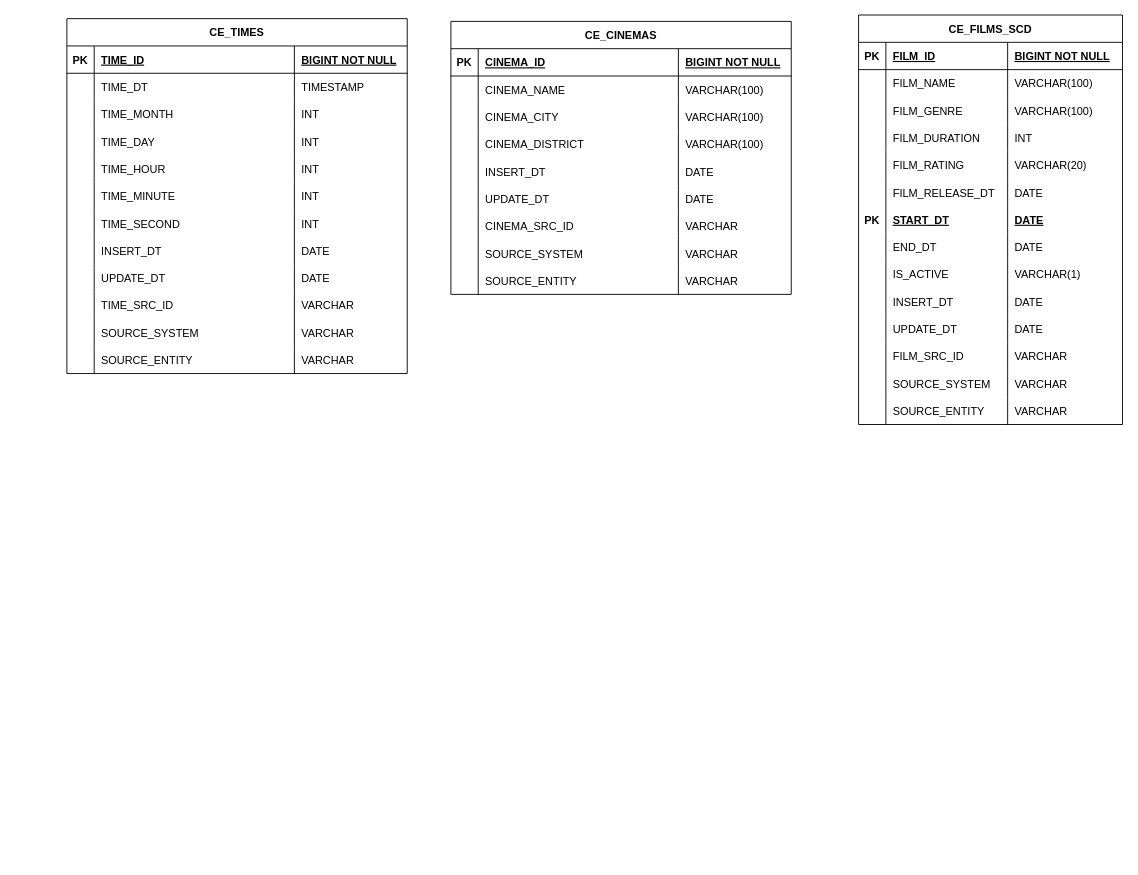
GiorgiEz/DB-modeling keeps this draw.io diagram as ticket_sales_3NF.drawio. Above is the earlier version. Source tidied: cells renumbered, new cells numbered last; positions are measured from the earlier drawing's top-left corner, leaving out a move shared by most shapes. Both pictures are drawn from the tidied source at 91%, with x=0, y=0 at pixel (66, 15).
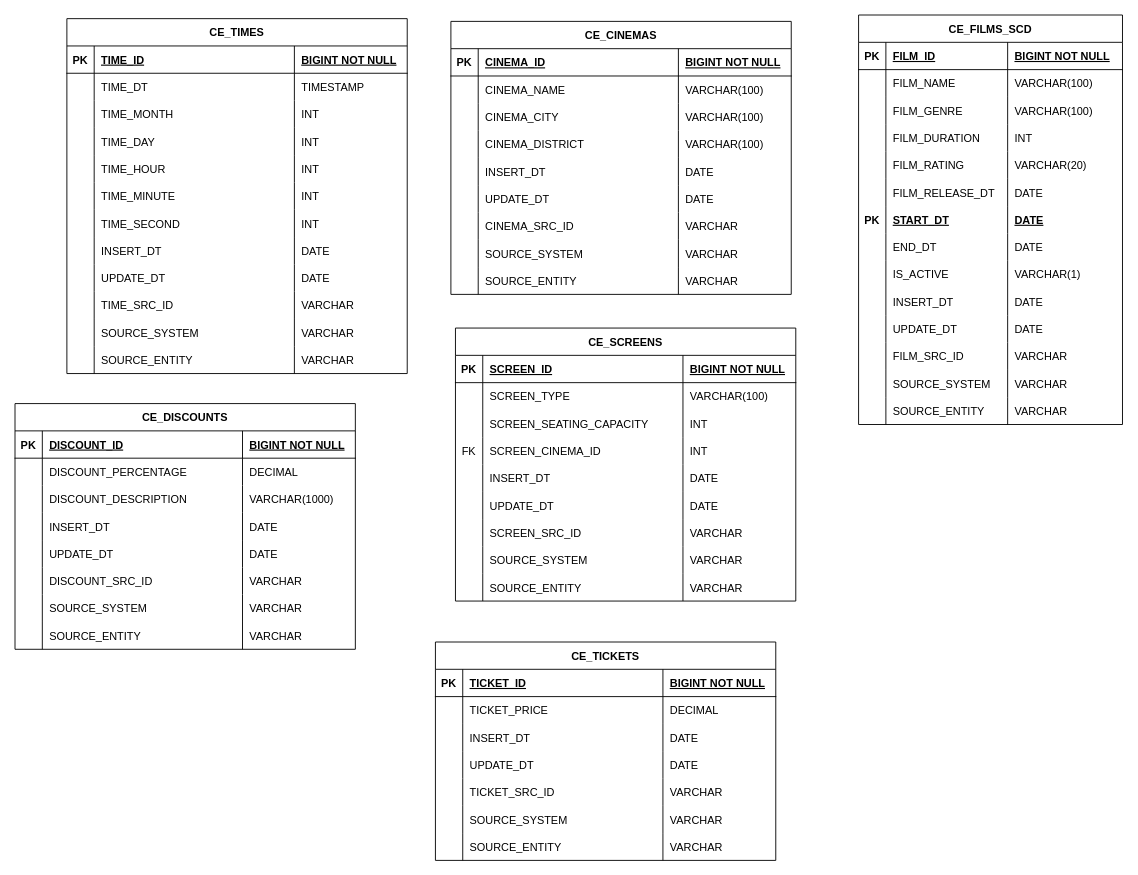
The same page after the edit.

Change to the diagram source:
```diff
@@
+    <mxCell id="145" value="CE_SCREENS" style="shape=table;startSize=30;childLayout=tableLayout;rowLines=0;fontStyle=1;align=center;" parent="1" vertex="1">
+      <mxGeometry x="427" y="344" width="374" height="300" as="geometry" />
+    </mxCell>
+    <mxCell id="146" style="shape=partialRectangle;fillColor=none;top=0;left=0;right=0;bottom=1;" parent="145" vertex="1">
+      <mxGeometry y="30" width="374" height="30" as="geometry" />
+    </mxCell>
+    <mxCell id="147" value="PK" style="shape=partialRectangle;overflow=hidden;fillColor=none;top=0;left=0;bottom=0;right=0;fontStyle=1;" parent="146" vertex="1">
+      <mxGeometry width="30" height="30" as="geometry" />
+    </mxCell>
+    <mxCell id="148" value="SCREEN_ID" style="shape=partialRectangle;overflow=hidden;fillColor=none;top=0;left=0;bottom=0;right=0;align=left;spacingLeft=6;fontStyle=5;" parent="146" vertex="1">
+      <mxGeometry x="30" width="220" height="30" as="geometry" />
+    </mxCell>
+    <mxCell id="149" value="BIGINT NOT NULL" style="shape=partialRectangle;overflow=hidden;fillColor=none;top=0;left=0;bottom=0;right=0;align=left;spacingLeft=6;fontStyle=5;" parent="146" vertex="1">
+      <mxGeometry x="250" width="124" height="30" as="geometry" />
+    </mxCell>
+    <mxCell id="150" style="shape=partialRectangle;fillColor=none;top=0;left=0;right=0;bottom=0;" parent="145" vertex="1">
+      <mxGeometry y="60" width="374" height="30" as="geometry" />
+    </mxCell>
+    <mxCell id="151" style="shape=partialRectangle;overflow=hidden;fillColor=none;top=0;left=0;bottom=0;right=0;" parent="150" vertex="1">
+      <mxGeometry width="30" height="30" as="geometry" />
+    </mxCell>
+    <mxCell id="152" value="SCREEN_TYPE" style="shape=partialRectangle;overflow=hidden;fillColor=none;top=0;left=0;bottom=0;right=0;align=left;spacingLeft=6;" parent="150" vertex="1">
+      <mxGeometry x="30" width="220" height="30" as="geometry" />
+    </mxCell>
+    <mxCell id="153" value="VARCHAR(100)" style="shape=partialRectangle;overflow=hidden;fillColor=none;top=0;left=0;bottom=0;right=0;align=left;spacingLeft=6;" parent="150" vertex="1">
+      <mxGeometry x="250" width="124" height="30" as="geometry" />
+    </mxCell>
+    <mxCell id="154" style="shape=partialRectangle;fillColor=none;top=0;left=0;right=0;bottom=0;" parent="145" vertex="1">
+      <mxGeometry y="90" width="374" height="30" as="geometry" />
+    </mxCell>
+    <mxCell id="155" style="shape=partialRectangle;overflow=hidden;fillColor=none;top=0;left=0;bottom=0;right=0;" parent="154" vertex="1">
+      <mxGeometry width="30" height="30" as="geometry" />
+    </mxCell>
+    <mxCell id="156" value="SCREEN_SEATING_CAPACITY" style="shape=partialRectangle;overflow=hidden;fillColor=none;top=0;left=0;bottom=0;right=0;align=left;spacingLeft=6;" parent="154" vertex="1">
+      <mxGeometry x="30" width="220" height="30" as="geometry" />
+    </mxCell>
+    <mxCell id="157" value="INT" style="shape=partialRectangle;overflow=hidden;fillColor=none;top=0;left=0;bottom=0;right=0;align=left;spacingLeft=6;" parent="154" vertex="1">
+      <mxGeometry x="250" width="124" height="30" as="geometry" />
+    </mxCell>
+    <mxCell id="158" style="shape=partialRectangle;fillColor=none;top=0;left=0;right=0;bottom=0;" parent="145" vertex="1">
+      <mxGeometry y="120" width="374" height="30" as="geometry" />
+    </mxCell>
+    <mxCell id="159" value="FK" style="shape=partialRectangle;overflow=hidden;fillColor=none;top=0;left=0;bottom=0;right=0;" parent="158" vertex="1">
+      <mxGeometry width="30" height="30" as="geometry" />
+    </mxCell>
+    <mxCell id="160" value="SCREEN_CINEMA_ID" style="shape=partialRectangle;overflow=hidden;fillColor=none;top=0;left=0;bottom=0;right=0;align=left;spacingLeft=6;" parent="158" vertex="1">
+      <mxGeometry x="30" width="220" height="30" as="geometry" />
+    </mxCell>
+    <mxCell id="161" value="INT" style="shape=partialRectangle;overflow=hidden;fillColor=none;top=0;left=0;bottom=0;right=0;align=left;spacingLeft=6;" parent="158" vertex="1">
+      <mxGeometry x="250" width="124" height="30" as="geometry" />
+    </mxCell>
+    <mxCell id="162" style="shape=partialRectangle;fillColor=none;top=0;left=0;right=0;bottom=0;" parent="145" vertex="1">
+      <mxGeometry y="150" width="374" height="30" as="geometry" />
+    </mxCell>
+    <mxCell id="163" style="shape=partialRectangle;overflow=hidden;fillColor=none;top=0;left=0;bottom=0;right=0;" parent="162" vertex="1">
+      <mxGeometry width="30" height="30" as="geometry" />
+    </mxCell>
+    <mxCell id="164" value="INSERT_DT" style="shape=partialRectangle;overflow=hidden;fillColor=none;top=0;left=0;bottom=0;right=0;align=left;spacingLeft=6;" parent="162" vertex="1">
+      <mxGeometry x="30" width="220" height="30" as="geometry" />
+    </mxCell>
+    <mxCell id="165" value="DATE" style="shape=partialRectangle;overflow=hidden;fillColor=none;top=0;left=0;bottom=0;right=0;align=left;spacingLeft=6;" parent="162" vertex="1">
+      <mxGeometry x="250" width="124" height="30" as="geometry" />
+    </mxCell>
+    <mxCell id="166" style="shape=partialRectangle;fillColor=none;top=0;left=0;right=0;bottom=0;" parent="145" vertex="1">
+      <mxGeometry y="180" width="374" height="30" as="geometry" />
+    </mxCell>
+    <mxCell id="167" style="shape=partialRectangle;overflow=hidden;fillColor=none;top=0;left=0;bottom=0;right=0;" parent="166" vertex="1">
+      <mxGeometry width="30" height="30" as="geometry" />
+    </mxCell>
+    <mxCell id="168" value="UPDATE_DT" style="shape=partialRectangle;overflow=hidden;fillColor=none;top=0;left=0;bottom=0;right=0;align=left;spacingLeft=6;" parent="166" vertex="1">
+      <mxGeometry x="30" width="220" height="30" as="geometry" />
+    </mxCell>
+    <mxCell id="169" value="DATE" style="shape=partialRectangle;overflow=hidden;fillColor=none;top=0;left=0;bottom=0;right=0;align=left;spacingLeft=6;" parent="166" vertex="1">
+      <mxGeometry x="250" width="124" height="30" as="geometry" />
+    </mxCell>
+    <mxCell id="170" style="shape=partialRectangle;fillColor=none;top=0;left=0;right=0;bottom=0;" parent="145" vertex="1">
+      <mxGeometry y="210" width="374" height="30" as="geometry" />
+    </mxCell>
+    <mxCell id="171" style="shape=partialRectangle;overflow=hidden;fillColor=none;top=0;left=0;bottom=0;right=0;" parent="170" vertex="1">
+      <mxGeometry width="30" height="30" as="geometry" />
+    </mxCell>
+    <mxCell id="172" value="SCREEN_SRC_ID" style="shape=partialRectangle;overflow=hidden;fillColor=none;top=0;left=0;bottom=0;right=0;align=left;spacingLeft=6;" parent="170" vertex="1">
+      <mxGeometry x="30" width="220" height="30" as="geometry" />
+    </mxCell>
+    <mxCell id="173" value="VARCHAR" style="shape=partialRectangle;overflow=hidden;fillColor=none;top=0;left=0;bottom=0;right=0;align=left;spacingLeft=6;" parent="170" vertex="1">
+      <mxGeometry x="250" width="124" height="30" as="geometry" />
+    </mxCell>
+    <mxCell id="174" style="shape=partialRectangle;fillColor=none;top=0;left=0;right=0;bottom=0;" parent="145" vertex="1">
+      <mxGeometry y="240" width="374" height="30" as="geometry" />
+    </mxCell>
+    <mxCell id="175" style="shape=partialRectangle;overflow=hidden;fillColor=none;top=0;left=0;bottom=0;right=0;" parent="174" vertex="1">
+      <mxGeometry width="30" height="30" as="geometry" />
+    </mxCell>
+    <mxCell id="176" value="SOURCE_SYSTEM" style="shape=partialRectangle;overflow=hidden;fillColor=none;top=0;left=0;bottom=0;right=0;align=left;spacingLeft=6;" parent="174" vertex="1">
+      <mxGeometry x="30" width="220" height="30" as="geometry" />
+    </mxCell>
+    <mxCell id="177" value="VARCHAR" style="shape=partialRectangle;overflow=hidden;fillColor=none;top=0;left=0;bottom=0;right=0;align=left;spacingLeft=6;" parent="174" vertex="1">
+      <mxGeometry x="250" width="124" height="30" as="geometry" />
+    </mxCell>
+    <mxCell id="178" style="shape=partialRectangle;fillColor=none;top=0;left=0;right=0;bottom=0;" parent="145" vertex="1">
+      <mxGeometry y="270" width="374" height="30" as="geometry" />
+    </mxCell>
+    <mxCell id="179" style="shape=partialRectangle;overflow=hidden;fillColor=none;top=0;left=0;bottom=0;right=0;" parent="178" vertex="1">
+      <mxGeometry width="30" height="30" as="geometry" />
+    </mxCell>
+    <mxCell id="180" value="SOURCE_ENTITY" style="shape=partialRectangle;overflow=hidden;fillColor=none;top=0;left=0;bottom=0;right=0;align=left;spacingLeft=6;" parent="178" vertex="1">
+      <mxGeometry x="30" width="220" height="30" as="geometry" />
+    </mxCell>
+    <mxCell id="181" value="VARCHAR" style="shape=partialRectangle;overflow=hidden;fillColor=none;top=0;left=0;bottom=0;right=0;align=left;spacingLeft=6;" parent="178" vertex="1">
+      <mxGeometry x="250" width="124" height="30" as="geometry" />
+    </mxCell>
+    <mxCell id="182" value="CE_DISCOUNTS" style="shape=table;startSize=30;childLayout=tableLayout;rowLines=0;fontStyle=1;align=center;" parent="1" vertex="1">
+      <mxGeometry x="-57" y="427" width="374" height="270" as="geometry" />
+    </mxCell>
+    <mxCell id="183" style="shape=partialRectangle;fillColor=none;top=0;left=0;right=0;bottom=1;" parent="182" vertex="1">
+      <mxGeometry y="30" width="374" height="30" as="geometry" />
+    </mxCell>
+    <mxCell id="184" value="PK" style="shape=partialRectangle;overflow=hidden;fillColor=none;top=0;left=0;bottom=0;right=0;fontStyle=1;" parent="183" vertex="1">
+      <mxGeometry width="30" height="30" as="geometry" />
+    </mxCell>
+    <mxCell id="185" value="DISCOUNT_ID" style="shape=partialRectangle;overflow=hidden;fillColor=none;top=0;left=0;bottom=0;right=0;align=left;spacingLeft=6;fontStyle=5;" parent="183" vertex="1">
+      <mxGeometry x="30" width="220" height="30" as="geometry" />
+    </mxCell>
+    <mxCell id="186" value="BIGINT NOT NULL" style="shape=partialRectangle;overflow=hidden;fillColor=none;top=0;left=0;bottom=0;right=0;align=left;spacingLeft=6;fontStyle=5;" parent="183" vertex="1">
+      <mxGeometry x="250" width="124" height="30" as="geometry" />
+    </mxCell>
+    <mxCell id="187" style="shape=partialRectangle;fillColor=none;top=0;left=0;right=0;bottom=0;" parent="182" vertex="1">
+      <mxGeometry y="60" width="374" height="30" as="geometry" />
+    </mxCell>
+    <mxCell id="188" style="shape=partialRectangle;overflow=hidden;fillColor=none;top=0;left=0;bottom=0;right=0;" parent="187" vertex="1">
+      <mxGeometry width="30" height="30" as="geometry" />
+    </mxCell>
+    <mxCell id="189" value="DISCOUNT_PERCENTAGE" style="shape=partialRectangle;overflow=hidden;fillColor=none;top=0;left=0;bottom=0;right=0;align=left;spacingLeft=6;" parent="187" vertex="1">
+      <mxGeometry x="30" width="220" height="30" as="geometry" />
+    </mxCell>
+    <mxCell id="190" value="DECIMAL" style="shape=partialRectangle;overflow=hidden;fillColor=none;top=0;left=0;bottom=0;right=0;align=left;spacingLeft=6;" parent="187" vertex="1">
+      <mxGeometry x="250" width="124" height="30" as="geometry" />
+    </mxCell>
+    <mxCell id="191" style="shape=partialRectangle;fillColor=none;top=0;left=0;right=0;bottom=0;" parent="182" vertex="1">
+      <mxGeometry y="90" width="374" height="30" as="geometry" />
+    </mxCell>
+    <mxCell id="192" style="shape=partialRectangle;overflow=hidden;fillColor=none;top=0;left=0;bottom=0;right=0;" parent="191" vertex="1">
+      <mxGeometry width="30" height="30" as="geometry" />
+    </mxCell>
+    <mxCell id="193" value="DISCOUNT_DESCRIPTION" style="shape=partialRectangle;overflow=hidden;fillColor=none;top=0;left=0;bottom=0;right=0;align=left;spacingLeft=6;" parent="191" vertex="1">
+      <mxGeometry x="30" width="220" height="30" as="geometry" />
+    </mxCell>
+    <mxCell id="194" value="VARCHAR(1000)" style="shape=partialRectangle;overflow=hidden;fillColor=none;top=0;left=0;bottom=0;right=0;align=left;spacingLeft=6;" parent="191" vertex="1">
+      <mxGeometry x="250" width="124" height="30" as="geometry" />
+    </mxCell>
+    <mxCell id="195" style="shape=partialRectangle;fillColor=none;top=0;left=0;right=0;bottom=0;" parent="182" vertex="1">
+      <mxGeometry y="120" width="374" height="30" as="geometry" />
+    </mxCell>
+    <mxCell id="196" style="shape=partialRectangle;overflow=hidden;fillColor=none;top=0;left=0;bottom=0;right=0;" parent="195" vertex="1">
+      <mxGeometry width="30" height="30" as="geometry" />
+    </mxCell>
+    <mxCell id="197" value="INSERT_DT" style="shape=partialRectangle;overflow=hidden;fillColor=none;top=0;left=0;bottom=0;right=0;align=left;spacingLeft=6;" parent="195" vertex="1">
+      <mxGeometry x="30" width="220" height="30" as="geometry" />
+    </mxCell>
+    <mxCell id="198" value="DATE" style="shape=partialRectangle;overflow=hidden;fillColor=none;top=0;left=0;bottom=0;right=0;align=left;spacingLeft=6;" parent="195" vertex="1">
+      <mxGeometry x="250" width="124" height="30" as="geometry" />
+    </mxCell>
+    <mxCell id="199" style="shape=partialRectangle;fillColor=none;top=0;left=0;right=0;bottom=0;" parent="182" vertex="1">
+      <mxGeometry y="150" width="374" height="30" as="geometry" />
+    </mxCell>
+    <mxCell id="200" style="shape=partialRectangle;overflow=hidden;fillColor=none;top=0;left=0;bottom=0;right=0;" parent="199" vertex="1">
+      <mxGeometry width="30" height="30" as="geometry" />
+    </mxCell>
+    <mxCell id="201" value="UPDATE_DT" style="shape=partialRectangle;overflow=hidden;fillColor=none;top=0;left=0;bottom=0;right=0;align=left;spacingLeft=6;" parent="199" vertex="1">
+      <mxGeometry x="30" width="220" height="30" as="geometry" />
+    </mxCell>
+    <mxCell id="202" value="DATE" style="shape=partialRectangle;overflow=hidden;fillColor=none;top=0;left=0;bottom=0;right=0;align=left;spacingLeft=6;" parent="199" vertex="1">
+      <mxGeometry x="250" width="124" height="30" as="geometry" />
+    </mxCell>
+    <mxCell id="203" style="shape=partialRectangle;fillColor=none;top=0;left=0;right=0;bottom=0;" parent="182" vertex="1">
+      <mxGeometry y="180" width="374" height="30" as="geometry" />
+    </mxCell>
+    <mxCell id="204" style="shape=partialRectangle;overflow=hidden;fillColor=none;top=0;left=0;bottom=0;right=0;" parent="203" vertex="1">
+      <mxGeometry width="30" height="30" as="geometry" />
+    </mxCell>
+    <mxCell id="205" value="DISCOUNT_SRC_ID" style="shape=partialRectangle;overflow=hidden;fillColor=none;top=0;left=0;bottom=0;right=0;align=left;spacingLeft=6;" parent="203" vertex="1">
+      <mxGeometry x="30" width="220" height="30" as="geometry" />
+    </mxCell>
+    <mxCell id="206" value="VARCHAR" style="shape=partialRectangle;overflow=hidden;fillColor=none;top=0;left=0;bottom=0;right=0;align=left;spacingLeft=6;" parent="203" vertex="1">
+      <mxGeometry x="250" width="124" height="30" as="geometry" />
+    </mxCell>
+    <mxCell id="207" style="shape=partialRectangle;fillColor=none;top=0;left=0;right=0;bottom=0;" parent="182" vertex="1">
+      <mxGeometry y="210" width="374" height="30" as="geometry" />
+    </mxCell>
+    <mxCell id="208" style="shape=partialRectangle;overflow=hidden;fillColor=none;top=0;left=0;bottom=0;right=0;" parent="207" vertex="1">
+      <mxGeometry width="30" height="30" as="geometry" />
+    </mxCell>
+    <mxCell id="209" value="SOURCE_SYSTEM" style="shape=partialRectangle;overflow=hidden;fillColor=none;top=0;left=0;bottom=0;right=0;align=left;spacingLeft=6;" parent="207" vertex="1">
+      <mxGeometry x="30" width="220" height="30" as="geometry" />
+    </mxCell>
+    <mxCell id="210" value="VARCHAR" style="shape=partialRectangle;overflow=hidden;fillColor=none;top=0;left=0;bottom=0;right=0;align=left;spacingLeft=6;" parent="207" vertex="1">
+      <mxGeometry x="250" width="124" height="30" as="geometry" />
+    </mxCell>
+    <mxCell id="211" style="shape=partialRectangle;fillColor=none;top=0;left=0;right=0;bottom=0;" parent="182" vertex="1">
+      <mxGeometry y="240" width="374" height="30" as="geometry" />
+    </mxCell>
+    <mxCell id="212" style="shape=partialRectangle;overflow=hidden;fillColor=none;top=0;left=0;bottom=0;right=0;" parent="211" vertex="1">
+      <mxGeometry width="30" height="30" as="geometry" />
+    </mxCell>
+    <mxCell id="213" value="SOURCE_ENTITY" style="shape=partialRectangle;overflow=hidden;fillColor=none;top=0;left=0;bottom=0;right=0;align=left;spacingLeft=6;" parent="211" vertex="1">
+      <mxGeometry x="30" width="220" height="30" as="geometry" />
+    </mxCell>
+    <mxCell id="214" value="VARCHAR" style="shape=partialRectangle;overflow=hidden;fillColor=none;top=0;left=0;bottom=0;right=0;align=left;spacingLeft=6;" parent="211" vertex="1">
+      <mxGeometry x="250" width="124" height="30" as="geometry" />
+    </mxCell>
+    <mxCell id="215" value="CE_TICKETS" style="shape=table;startSize=30;childLayout=tableLayout;rowLines=0;fontStyle=1;align=center;" parent="1" vertex="1">
+      <mxGeometry x="405" y="689" width="374" height="240" as="geometry" />
+    </mxCell>
+    <mxCell id="216" style="shape=partialRectangle;fillColor=none;top=0;left=0;right=0;bottom=1;" parent="215" vertex="1">
+      <mxGeometry y="30" width="374" height="30" as="geometry" />
+    </mxCell>
+    <mxCell id="217" value="PK" style="shape=partialRectangle;overflow=hidden;fillColor=none;top=0;left=0;bottom=0;right=0;fontStyle=1;" parent="216" vertex="1">
+      <mxGeometry width="30" height="30" as="geometry" />
+    </mxCell>
+    <mxCell id="218" value="TICKET_ID" style="shape=partialRectangle;overflow=hidden;fillColor=none;top=0;left=0;bottom=0;right=0;align=left;spacingLeft=6;fontStyle=5;" parent="216" vertex="1">
+      <mxGeometry x="30" width="220" height="30" as="geometry" />
+    </mxCell>
+    <mxCell id="219" value="BIGINT NOT NULL" style="shape=partialRectangle;overflow=hidden;fillColor=none;top=0;left=0;bottom=0;right=0;align=left;spacingLeft=6;fontStyle=5;" parent="216" vertex="1">
+      <mxGeometry x="250" width="124" height="30" as="geometry" />
+    </mxCell>
+    <mxCell id="220" style="shape=partialRectangle;fillColor=none;top=0;left=0;right=0;bottom=0;" parent="215" vertex="1">
+      <mxGeometry y="60" width="374" height="30" as="geometry" />
+    </mxCell>
+    <mxCell id="221" style="shape=partialRectangle;overflow=hidden;fillColor=none;top=0;left=0;bottom=0;right=0;" parent="220" vertex="1">
+      <mxGeometry width="30" height="30" as="geometry" />
+    </mxCell>
+    <mxCell id="222" value="TICKET_PRICE" style="shape=partialRectangle;overflow=hidden;fillColor=none;top=0;left=0;bottom=0;right=0;align=left;spacingLeft=6;" parent="220" vertex="1">
+      <mxGeometry x="30" width="220" height="30" as="geometry" />
+    </mxCell>
+    <mxCell id="223" value="DECIMAL" style="shape=partialRectangle;overflow=hidden;fillColor=none;top=0;left=0;bottom=0;right=0;align=left;spacingLeft=6;" parent="220" vertex="1">
+      <mxGeometry x="250" width="124" height="30" as="geometry" />
+    </mxCell>
+    <mxCell id="224" style="shape=partialRectangle;fillColor=none;top=0;left=0;right=0;bottom=0;" parent="215" vertex="1">
+      <mxGeometry y="90" width="374" height="30" as="geometry" />
+    </mxCell>
+    <mxCell id="225" style="shape=partialRectangle;overflow=hidden;fillColor=none;top=0;left=0;bottom=0;right=0;" parent="224" vertex="1">
+      <mxGeometry width="30" height="30" as="geometry" />
+    </mxCell>
+    <mxCell id="226" value="INSERT_DT" style="shape=partialRectangle;overflow=hidden;fillColor=none;top=0;left=0;bottom=0;right=0;align=left;spacingLeft=6;" parent="224" vertex="1">
+      <mxGeometry x="30" width="220" height="30" as="geometry" />
+    </mxCell>
+    <mxCell id="227" value="DATE" style="shape=partialRectangle;overflow=hidden;fillColor=none;top=0;left=0;bottom=0;right=0;align=left;spacingLeft=6;" parent="224" vertex="1">
+      <mxGeometry x="250" width="124" height="30" as="geometry" />
+    </mxCell>
+    <mxCell id="228" style="shape=partialRectangle;fillColor=none;top=0;left=0;right=0;bottom=0;" parent="215" vertex="1">
+      <mxGeometry y="120" width="374" height="30" as="geometry" />
+    </mxCell>
+    <mxCell id="229" style="shape=partialRectangle;overflow=hidden;fillColor=none;top=0;left=0;bottom=0;right=0;" parent="228" vertex="1">
+      <mxGeometry width="30" height="30" as="geometry" />
+    </mxCell>
+    <mxCell id="230" value="UPDATE_DT" style="shape=partialRectangle;overflow=hidden;fillColor=none;top=0;left=0;bottom=0;right=0;align=left;spacingLeft=6;" parent="228" vertex="1">
+      <mxGeometry x="30" width="220" height="30" as="geometry" />
+    </mxCell>
+    <mxCell id="231" value="DATE" style="shape=partialRectangle;overflow=hidden;fillColor=none;top=0;left=0;bottom=0;right=0;align=left;spacingLeft=6;" parent="228" vertex="1">
+      <mxGeometry x="250" width="124" height="30" as="geometry" />
+    </mxCell>
+    <mxCell id="232" style="shape=partialRectangle;fillColor=none;top=0;left=0;right=0;bottom=0;" parent="215" vertex="1">
+      <mxGeometry y="150" width="374" height="30" as="geometry" />
+    </mxCell>
+    <mxCell id="233" style="shape=partialRectangle;overflow=hidden;fillColor=none;top=0;left=0;bottom=0;right=0;" parent="232" vertex="1">
+      <mxGeometry width="30" height="30" as="geometry" />
+    </mxCell>
+    <mxCell id="234" value="TICKET_SRC_ID" style="shape=partialRectangle;overflow=hidden;fillColor=none;top=0;left=0;bottom=0;right=0;align=left;spacingLeft=6;" parent="232" vertex="1">
+      <mxGeometry x="30" width="220" height="30" as="geometry" />
+    </mxCell>
+    <mxCell id="235" value="VARCHAR" style="shape=partialRectangle;overflow=hidden;fillColor=none;top=0;left=0;bottom=0;right=0;align=left;spacingLeft=6;" parent="232" vertex="1">
+      <mxGeometry x="250" width="124" height="30" as="geometry" />
+    </mxCell>
+    <mxCell id="236" style="shape=partialRectangle;fillColor=none;top=0;left=0;right=0;bottom=0;" parent="215" vertex="1">
+      <mxGeometry y="180" width="374" height="30" as="geometry" />
+    </mxCell>
+    <mxCell id="237" style="shape=partialRectangle;overflow=hidden;fillColor=none;top=0;left=0;bottom=0;right=0;" parent="236" vertex="1">
+      <mxGeometry width="30" height="30" as="geometry" />
+    </mxCell>
+    <mxCell id="238" value="SOURCE_SYSTEM" style="shape=partialRectangle;overflow=hidden;fillColor=none;top=0;left=0;bottom=0;right=0;align=left;spacingLeft=6;" parent="236" vertex="1">
+      <mxGeometry x="30" width="220" height="30" as="geometry" />
+    </mxCell>
+    <mxCell id="239" value="VARCHAR" style="shape=partialRectangle;overflow=hidden;fillColor=none;top=0;left=0;bottom=0;right=0;align=left;spacingLeft=6;" parent="236" vertex="1">
+      <mxGeometry x="250" width="124" height="30" as="geometry" />
+    </mxCell>
+    <mxCell id="240" style="shape=partialRectangle;fillColor=none;top=0;left=0;right=0;bottom=0;" parent="215" vertex="1">
+      <mxGeometry y="210" width="374" height="30" as="geometry" />
+    </mxCell>
+    <mxCell id="241" style="shape=partialRectangle;overflow=hidden;fillColor=none;top=0;left=0;bottom=0;right=0;" parent="240" vertex="1">
+      <mxGeometry width="30" height="30" as="geometry" />
+    </mxCell>
+    <mxCell id="242" value="SOURCE_ENTITY" style="shape=partialRectangle;overflow=hidden;fillColor=none;top=0;left=0;bottom=0;right=0;align=left;spacingLeft=6;" parent="240" vertex="1">
+      <mxGeometry x="30" width="220" height="30" as="geometry" />
+    </mxCell>
+    <mxCell id="243" value="VARCHAR" style="shape=partialRectangle;overflow=hidden;fillColor=none;top=0;left=0;bottom=0;right=0;align=left;spacingLeft=6;" parent="240" vertex="1">
+      <mxGeometry x="250" width="124" height="30" as="geometry" />
+    </mxCell>
```
